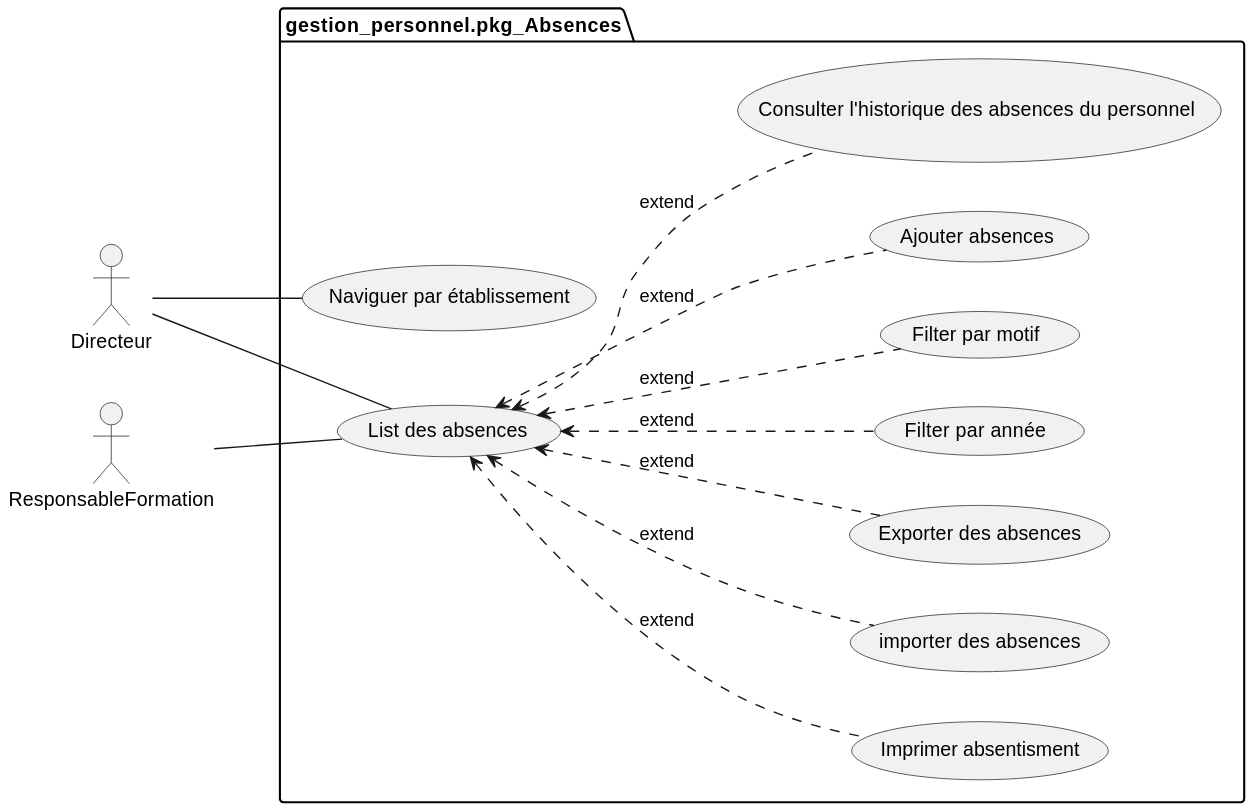
This is docs/diagrammes/pkg_Absences/uses_cases_pkg_gestion_absences.svg from hamidAchaou/gestion-personnels, a PlantUML export, as it was before one commit.
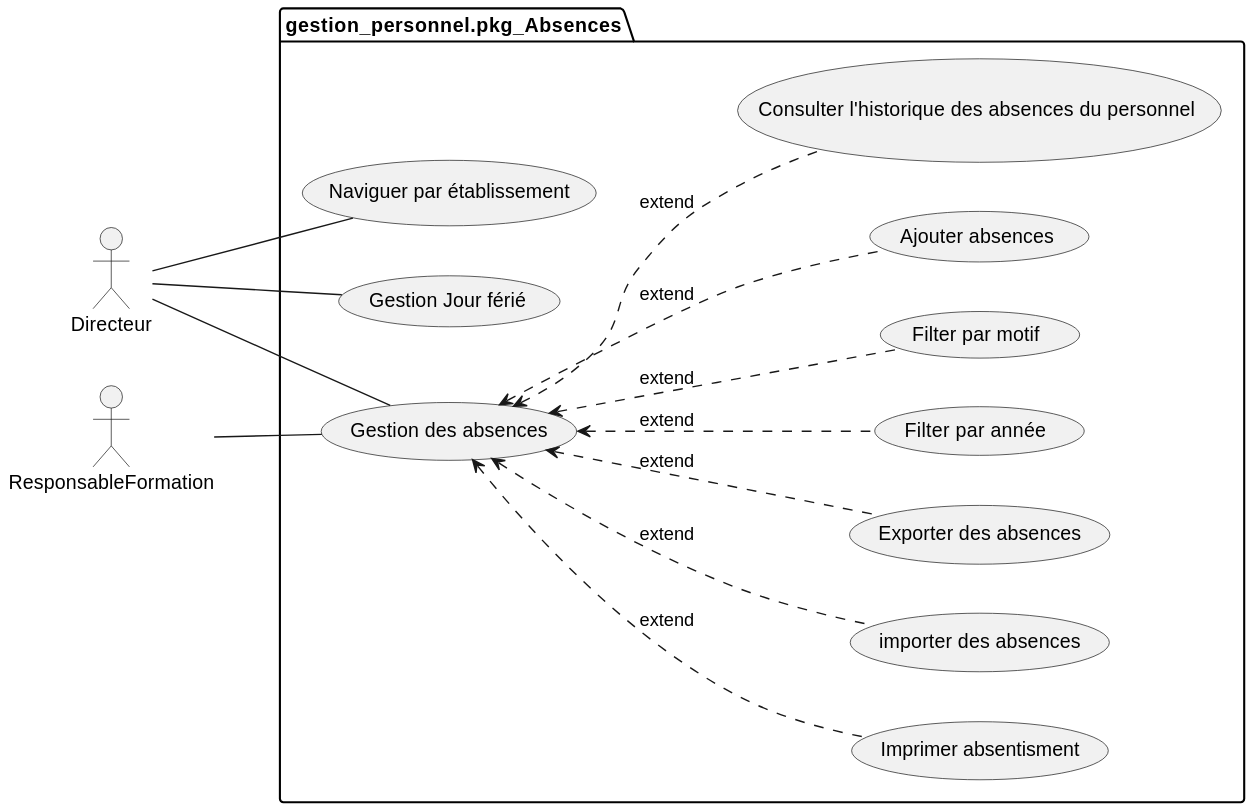
Later version of the same file.

What changed in the source:
```diff
@@ -7,17 +7,18 @@
 
 package gestion_personnel.pkg_Absences {
 
+  directeur -- (Gestion des absences)
   directeur -- (Naviguer par établissement)
-  directeur -- (List des absences)
-  (List des absences)  <.. (Imprimer absentisment) : extend
-  (List des absences)  <.. (importer des absences) : extend
-  (List des absences)  <.. (Exporter des absences) : extend
-  (List des absences)  <.. (Filter par année) : extend
-  (List des absences)  <.. (Filter par motif) : extend
-  (List des absences)  <.. (Ajouter absences) : extend
-  (List des absences)  <.. (Consulter l'historique des absences du personnel ) : extend
+  directeur -- (Gestion Jour férié)
+  (Gestion des absences)  <.. (Imprimer absentisment) : extend
+  (Gestion des absences)  <.. (importer des absences) : extend
+  (Gestion des absences)  <.. (Exporter des absences) : extend
+  (Gestion des absences)  <.. (Filter par année) : extend
+  (Gestion des absences)  <.. (Filter par motif) : extend
+  (Gestion des absences)  <.. (Ajouter absences) : extend
+  (Gestion des absences)  <.. (Consulter l'historique des absences du personnel ) : extend
 
-  responsableFormation -- (List des absences)
+  responsableFormation -- (Gestion des absences)
 
 }
 @enduml
```
